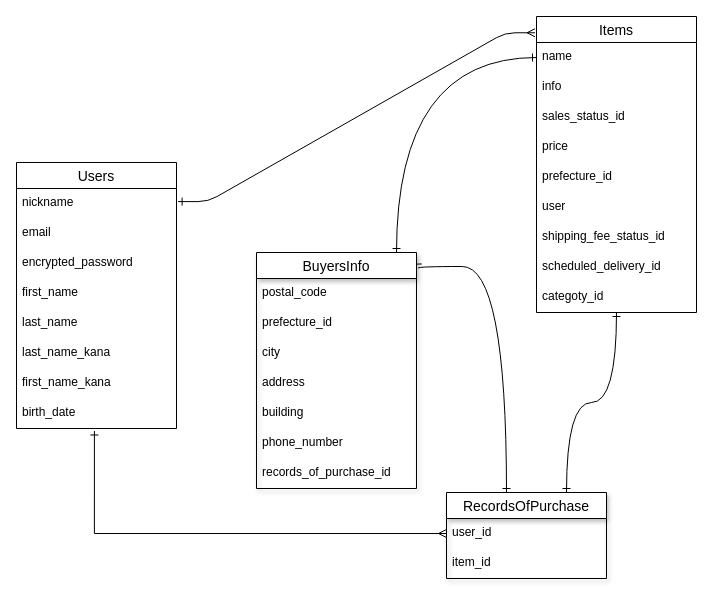
The draw.io diagram page "ページ1" (1 of 2) of entity.dio in Takahashi-Risa/furima-35255, before the edit. Source tidied: cells renumbered, new cells numbered last; positions are measured from the earlier drawing's top-left corner, leaving out a move shared by most shapes. Both pictures are drawn from the tidied source at 100%, with x=0, y=0 at pixel (16, 16).
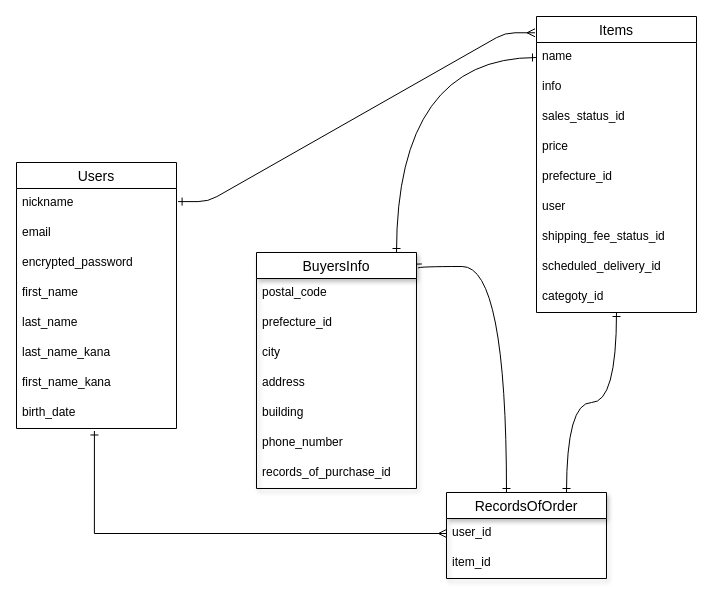
Above is the later version.

Commit message (it also covers changes not shown here):
データベース設計　修正６

Change to the diagram source:
```diff
@@
-    <mxCell id="24" value="RecordsOfPurchase" style="swimlane;fontStyle=0;horizontal=1;startSize=26;align=center;fontSize=14;shadow=1;" parent="1" vertex="1">
+    <mxCell id="24" value="RecordsOfOrder" style="swimlane;fontStyle=0;horizontal=1;startSize=26;align=center;fontSize=14;shadow=1;" parent="1" vertex="1">
       <mxGeometry x="430" y="476" width="160" height="86" as="geometry" />
     </mxCell>
```
